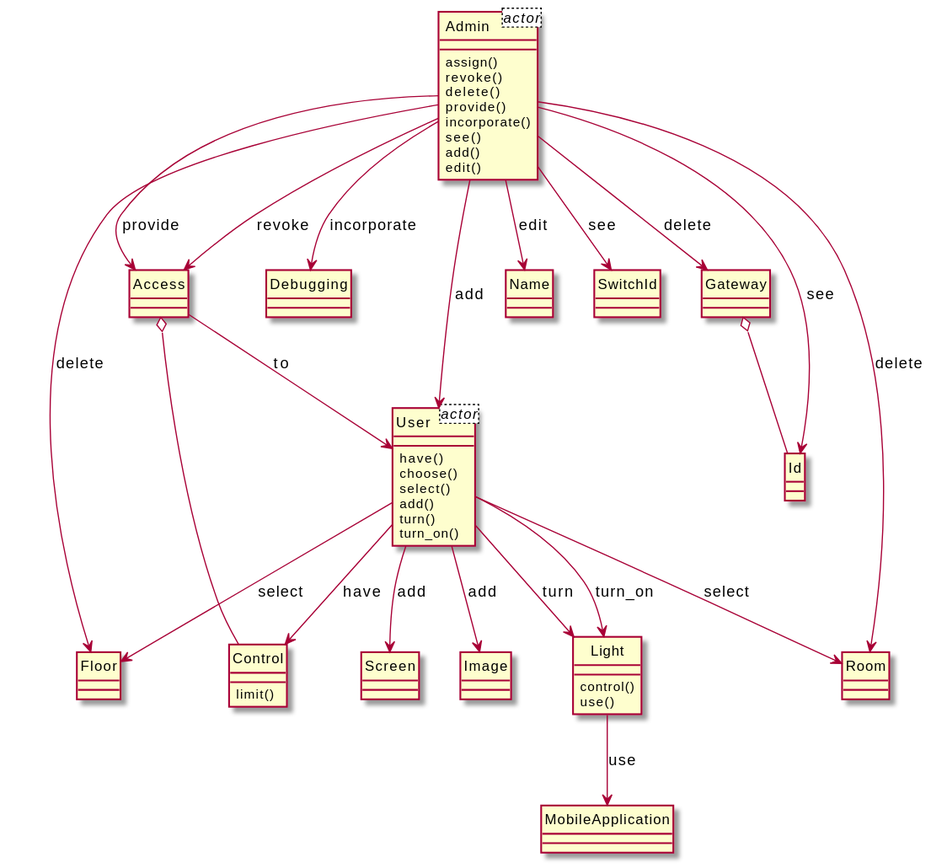
Above: output/diagram_5/2014-USC-Project13.svg in xixixhalu/DomainModelExtractor (PlantUML), before the change.
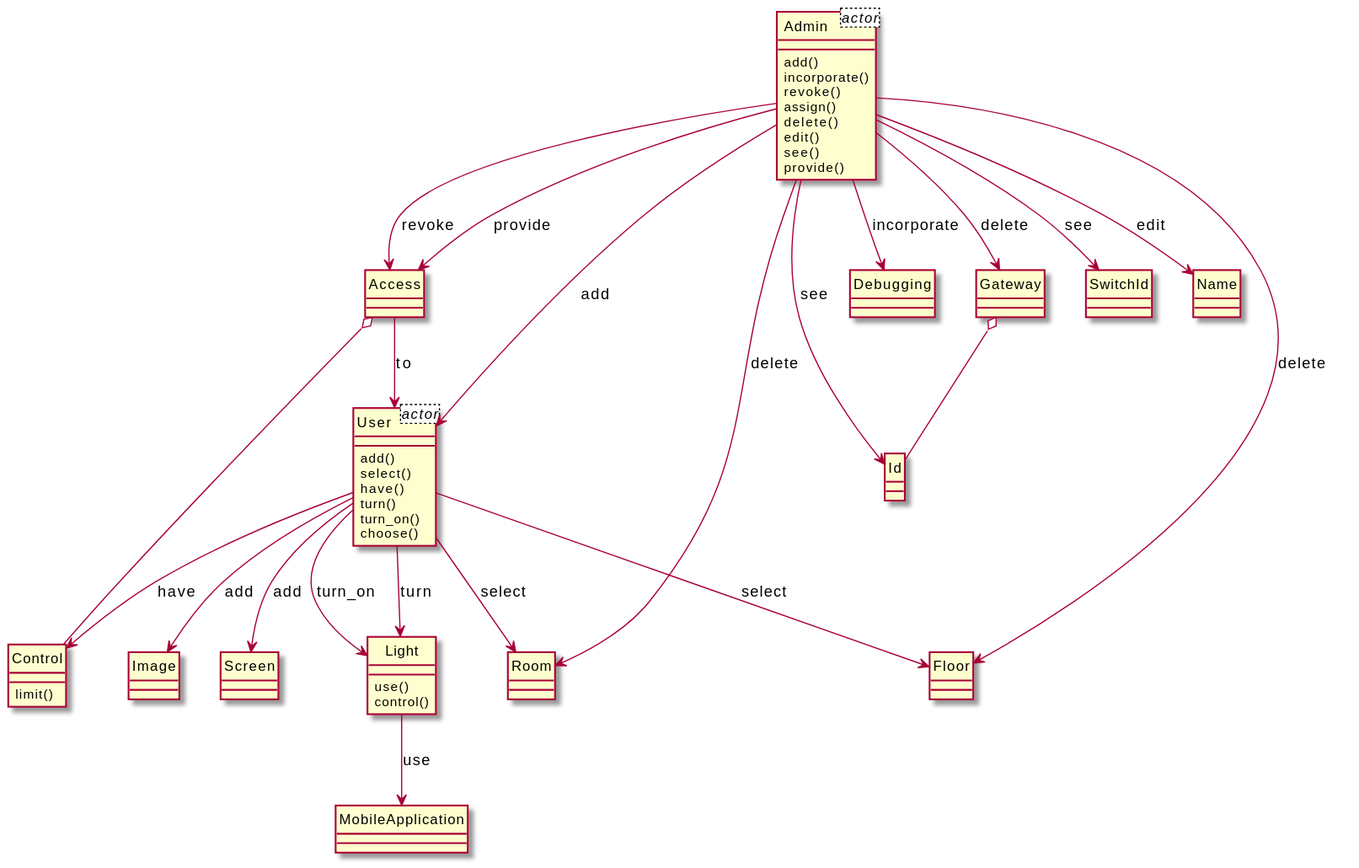
After the commit.

Change to the diagram source:
```diff
@@ -6,70 +6,70 @@
 }
 class Id {
 }
+class Admin {
+	add()
+	incorporate()
+	revoke()
+	assign()
+	delete()
+	edit()
+	see()
+	provide()
+}
 class User {
+	add()
+	select()
 	have()
-	choose()
-	select()
-	add()
 	turn()
 	turn_on()
+	choose()
+}
+class Light {
+	use()
+	control()
+}
+class Floor {
+}
+class Image {
 }
 class Control {
 	limit()
 }
-class Admin {
-	assign()
-	revoke()
-	delete()
-	provide()
-	incorporate()
-	see()
-	add()
-	edit()
+class Access {
 }
 class Debugging {
 }
+class Screen {
+}
 class Room {
+}
+class SwitchId {
 }
 class Name {
 }
-class Image {
-}
-class SwitchId {
-}
-class Light {
-	control()
-	use()
+class Gateway {
 }
 class MobileApplication {
 }
-class Access {
-}
-class Gateway {
-}
-class Floor {
-}
-class Screen {
-}
+Access o-- Control
+User --> Floor : select
+User --> Image : add
+Admin --> SwitchId : see
+Admin --> Name : edit
+Admin --> Access : provide
+Gateway o-- Id
+Admin --> Id : see
+Admin --> Debugging : incorporate
+Admin --> Access : revoke
+Admin --> Floor : delete
+Admin --> Gateway : delete
+Admin --> Room : delete
+User --> Room : select
+User --> Light : turn_on
+Admin --> User : add
+User --> Control : have
+Light --> MobileApplication : use
 Access --> User : to
-Access o-- Control
-Admin --> Debugging : incorporate
-Admin --> Room : delete
-Admin --> User : add
-Admin --> Access : provide
-Admin --> Id : see
-Admin --> Name : edit
-User --> Image : add
-Light --> MobileApplication : use
-User --> Room : select
+User --> Screen : add
 User --> Light : turn
-User --> Light : turn_on
-Admin --> Gateway : delete
-User --> Floor : select
-Admin --> Floor : delete
-User --> Screen : add
-Gateway o-- Id
-User --> Control : have
-Admin --> Access : revoke
-Admin --> SwitchId : see
 @enduml
```
